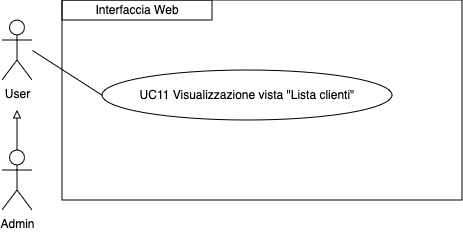
This is imgs/Uml/UC11.png from ShameIRL/farmacode, a draw.io export, as it was before one commit. Source tidied: cells renumbered, new cells last; positions are measured from the earlier drawing's top-left corner, leaving out a move shared by most shapes.
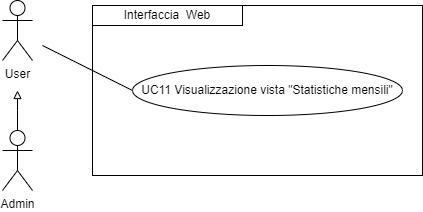
Above is the later version.

What changed in the source:
```diff
@@ -2,30 +2,34 @@
   <root>
     <mxCell id="0" />
     <mxCell id="1" parent="0" />
-    <mxCell id="2" style="edgeStyle=orthogonalEdgeStyle;rounded=0;jettySize=auto;html=1;exitX=0.5;exitY=0;exitDx=0;exitDy=0;exitPerimeter=0;endArrow=block;endFill=0;" parent="1" edge="1" source="3">
-      <mxGeometry relative="1" as="geometry">
-        <mxPoint x="15" y="110" as="targetPoint" />
-      </mxGeometry>
-    </mxCell>
+    <mxCell id="9" style="edgeStyle=orthogonalEdgeStyle;rounded=0;jettySize=auto;html=1;strokeColor=#000000;endArrow=block;endFill=0;" parent="1" edge="1" source="3">
+      <mxGeometry relative="1" as="geometry">
+        <mxPoint x="15" y="110" as="targetPoint" />
+        <Array as="points">
+          <mxPoint x="15" y="130" />
+          <mxPoint x="15" y="130" />
+        </Array>
+      </mxGeometry>
+    </mxCell>
     <mxCell id="3" value="Admin" style="shape=umlActor;verticalLabelPosition=bottom;verticalAlign=top;html=1;outlineConnect=0;" parent="1" vertex="1">
       <mxGeometry y="150" width="30" height="60" as="geometry" />
     </mxCell>
-    <mxCell id="4" value="&lt;div&gt;UC11 Visualizzazione vista &quot;Lista clienti&quot;&lt;br&gt;&lt;/div&gt;" style="ellipse;whiteSpace=wrap;html=1;" parent="1" vertex="1">
-      <mxGeometry x="100" y="70" width="290" height="50" as="geometry" />
-    </mxCell>
     <mxCell id="5" value="User" style="shape=umlActor;verticalLabelPosition=bottom;verticalAlign=top;html=1;" parent="1" vertex="1">
       <mxGeometry y="20" width="30" height="60" as="geometry" />
     </mxCell>
-    <mxCell id="6" style="endArrow=none;html=1;rounded=0;entryX=0;entryY=0.5;entryDx=0;entryDy=0;" parent="1" edge="1" target="4">
-      <mxGeometry relative="1" as="geometry">
-        <mxPoint x="30" y="50" as="sourcePoint" />
-      </mxGeometry>
-    </mxCell>
-    <mxCell id="7" value="Interfaccia Web" style="rounded=0;whiteSpace=wrap;html=1;" parent="1" vertex="1">
-      <mxGeometry x="60" width="150" height="20" as="geometry" />
-    </mxCell>
-    <mxCell id="8" style="rounded=0;whiteSpace=wrap;html=1;fillColor=none;" parent="1" vertex="1">
-      <mxGeometry x="60" width="400" height="200" as="geometry" />
-    </mxCell>
+    <mxCell id="10" style="rounded=0;whiteSpace=wrap;html=1;fillColor=none;" parent="1" vertex="1">
+      <mxGeometry x="90" y="25" width="330" height="170" as="geometry" />
+    </mxCell>
+    <mxCell id="11" value="&lt;div style=&quot;&quot;&gt;Interfaccia&amp;nbsp; W&lt;span style=&quot;background-color: initial;&quot;&gt;eb&lt;/span&gt;&lt;/div&gt;" style="rounded=0;whiteSpace=wrap;html=1;fillColor=none;align=center;" parent="1" vertex="1">
+      <mxGeometry x="90" y="25" width="150" height="20" as="geometry" />
+    </mxCell>
+    <mxCell id="12" value="UC11 Visualizzazione vista &quot;Statistiche mensili&quot;" style="ellipse;whiteSpace=wrap;html=1;" parent="1" vertex="1">
+      <mxGeometry x="130" y="85" width="270" height="50" as="geometry" />
+    </mxCell>
+    <mxCell id="13" style="endArrow=none;html=1;rounded=0;entryX=0;entryY=0.5;entryDx=0;entryDy=0;" parent="1" edge="1" target="12">
+      <mxGeometry relative="1" as="geometry">
+        <mxPoint x="40" y="65" as="sourcePoint" />
+      </mxGeometry>
+    </mxCell>
   </root>
 </mxGraphModel>
```
